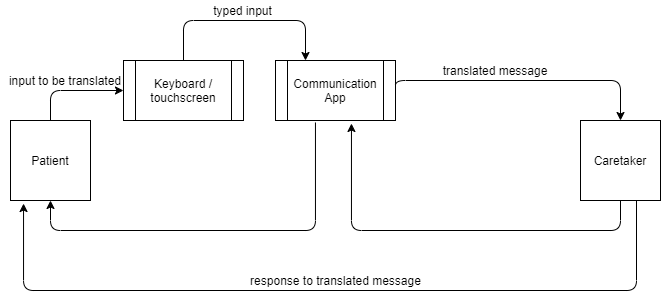
Before: Comm App - Context Diagram.png, a diagram exported from draw.io (colemank0259/CSC-289_Group3). Source tidied: cells renumbered, new cells last; positions are measured from the earlier drawing's top-left corner, leaving out a move shared by most shapes.
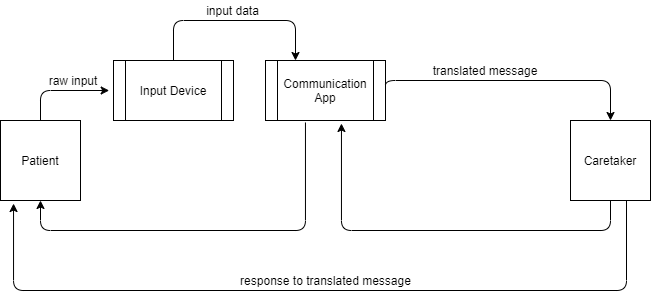
The same file after the commit.

Diff of the diagram source:
```diff
@@ -40,8 +40,8 @@
         </Array>
       </mxGeometry>
     </mxCell>
-    <mxCell id="9" value="input to be translated" style="text;html=1;strokeColor=none;fillColor=none;align=center;verticalAlign=middle;whiteSpace=wrap;rounded=0;" parent="1" vertex="1">
-      <mxGeometry y="70" width="130" height="20" as="geometry" />
+    <mxCell id="9" value="raw input" style="text;html=1;strokeColor=none;fillColor=none;align=center;verticalAlign=middle;whiteSpace=wrap;rounded=0;" parent="1" vertex="1">
+      <mxGeometry x="43" y="70" width="80" height="20" as="geometry" />
     </mxCell>
     <mxCell id="10" value="translated message" style="text;html=1;strokeColor=none;fillColor=none;align=center;verticalAlign=middle;whiteSpace=wrap;rounded=0;" parent="1" vertex="1">
       <mxGeometry x="440" y="60" width="110" height="20" as="geometry" />
@@ -57,7 +57,7 @@
     <mxCell id="12" value="response to translated message" style="text;html=1;strokeColor=none;fillColor=none;align=center;verticalAlign=middle;whiteSpace=wrap;rounded=0;" parent="1" vertex="1">
       <mxGeometry x="243" y="270" width="185" height="20" as="geometry" />
     </mxCell>
-    <mxCell id="13" value="Keyboard / touchscreen" style="shape=process;whiteSpace=wrap;html=1;backgroundOutline=1;" parent="1" vertex="1">
+    <mxCell id="13" value="Input Device" style="shape=process;whiteSpace=wrap;html=1;backgroundOutline=1;" parent="1" vertex="1">
       <mxGeometry x="123" y="60" width="120" height="60" as="geometry" />
     </mxCell>
     <mxCell id="14" style="edgeStyle=elbowEdgeStyle;elbow=vertical;endArrow=classic;html=1;entryX=0.25;entryY=0;entryDx=0;entryDy=0;exitX=0.5;exitY=0;exitDx=0;exitDy=0;" parent="1" edge="1" source="13" target="4">
@@ -68,7 +68,7 @@
         </Array>
       </mxGeometry>
     </mxCell>
-    <mxCell id="15" value="typed input" style="text;html=1;strokeColor=none;fillColor=none;align=center;verticalAlign=middle;whiteSpace=wrap;rounded=0;" parent="1" vertex="1">
+    <mxCell id="15" value="input data" style="text;html=1;strokeColor=none;fillColor=none;align=center;verticalAlign=middle;whiteSpace=wrap;rounded=0;" parent="1" vertex="1">
       <mxGeometry x="210" width="65" height="20" as="geometry" />
     </mxCell>
   </root>
```
